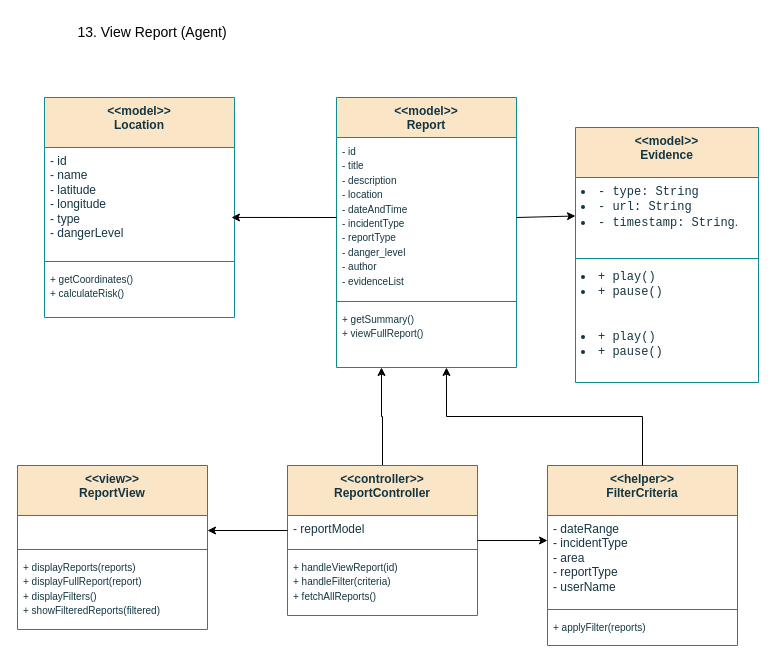
This is page "13. View Report (Agent)" (13 of 13) of Untitled Diagram.drawio from TH-014/CSE_326, a draw.io file, before an edit. Source tidied: cells renumbered, new cells numbered last; positions are measured from the earlier drawing's top-left corner, leaving out a move shared by most shapes. Both pictures are drawn from the tidied source at 100%, with x=0, y=0 at pixel (17, 17).
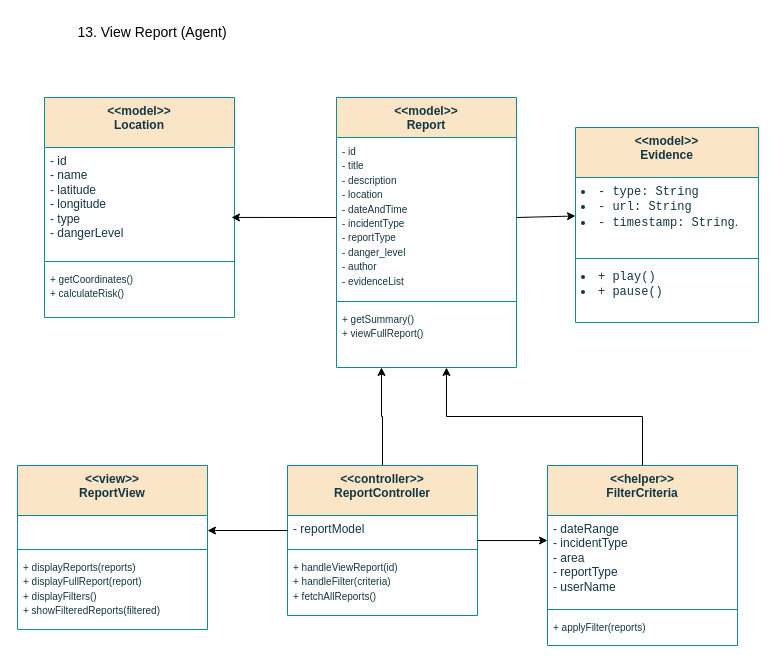
After the change.

What changed in the source:
```diff
@@
     <mxCell id="28" value="&lt;div&gt;&amp;lt;&amp;lt;model&amp;gt;&amp;gt;&lt;/div&gt;&lt;div&gt;Evidence&lt;br&gt;&lt;/div&gt;" style="swimlane;fontStyle=1;align=center;verticalAlign=top;horizontal=1;startSize=50;whiteSpace=wrap;html=1;strokeColor=#0F8B8D;fontColor=#143642;fillColor=#FAE5C7;" parent="1" vertex="1">
-      <mxGeometry x="558" y="110" width="183" height="255" as="geometry" />
+      <mxGeometry x="558" y="110" width="183" height="195" as="geometry" />
     </mxCell>
@@
-    <mxCell id="32" value="&lt;li&gt;&lt;code&gt;+ play()&lt;/code&gt;&lt;/li&gt;&lt;li&gt;&lt;code&gt;+ pause()&lt;/code&gt;&lt;/li&gt;" style="text;strokeColor=none;fillColor=none;align=left;verticalAlign=top;spacingLeft=4;spacingRight=4;overflow=hidden;whiteSpace=wrap;html=1;fontColor=#143642;" parent="28" vertex="1">
-      <mxGeometry y="195" width="183" height="60" as="geometry" />
-    </mxCell>
```
